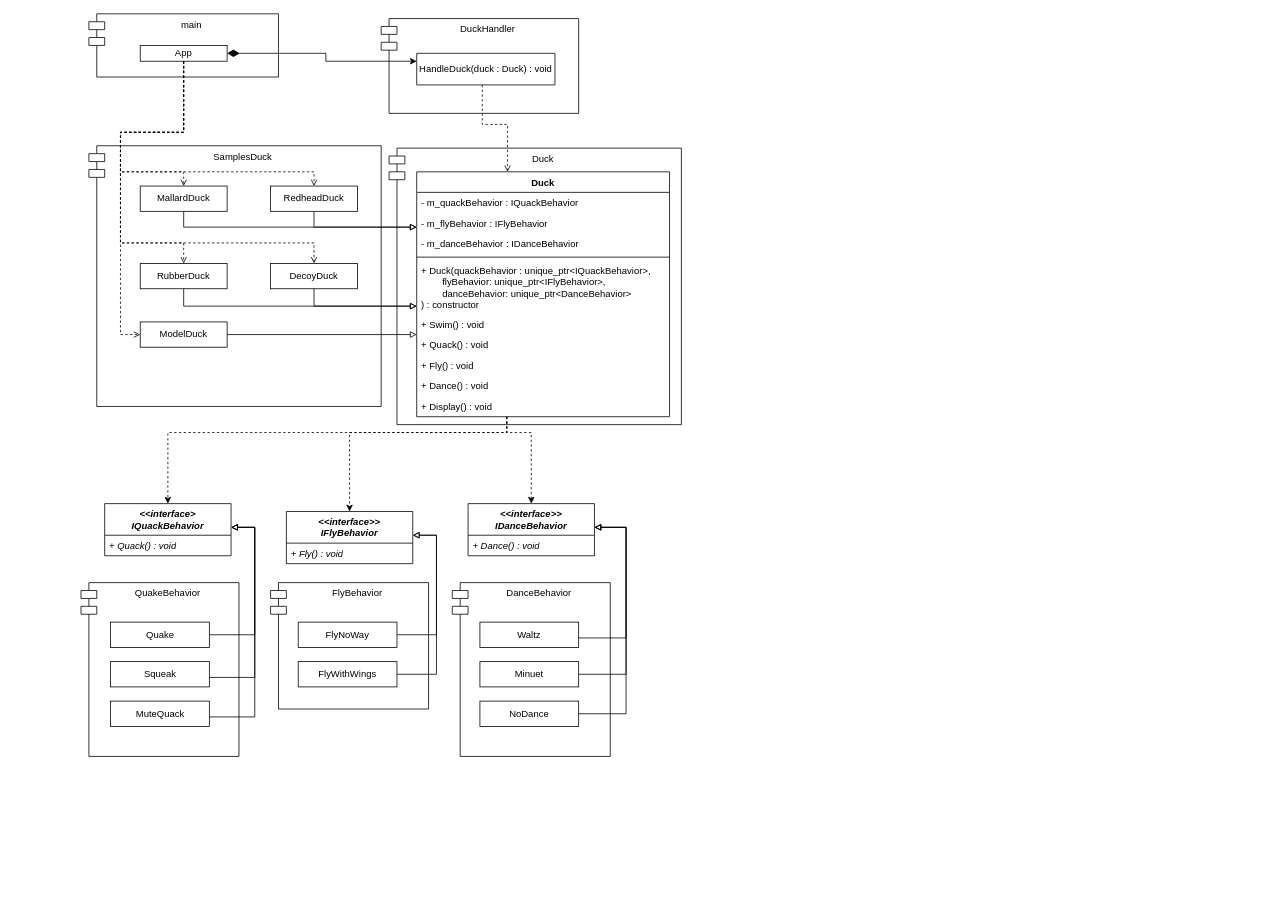
ProstP/OOD keeps this draw.io diagram as lw1/1/Ducks.drawio. Above is the earlier version. Source tidied: cells renumbered, new cells numbered last; positions are measured from the earlier drawing's top-left corner, leaving out a move shared by most shapes. Both pictures are drawn from the tidied source at 79%, with x=0, y=0 at pixel (81, 13).
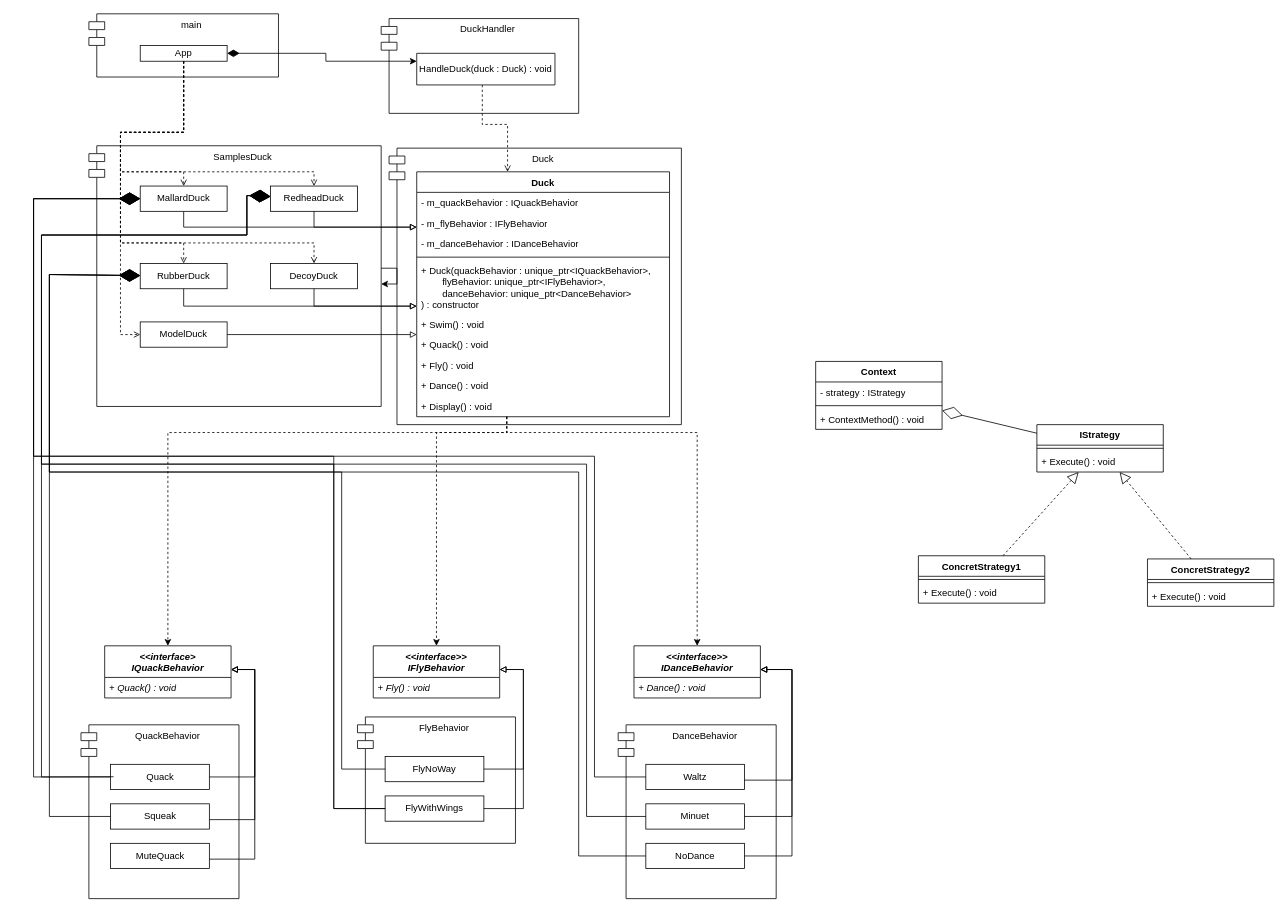
The same page after the edit.

Commit message:
Добавил парочку связей утка-поведение

Unchanged cells that the change refers to:
```xml
<mxCell id="2" value="SamplesDuck" style="shape=module;align=left;spacingLeft=20;align=center;verticalAlign=top;whiteSpace=wrap;html=1;" parent="1" vertex="1">
  <mxGeometry x="10" y="167" width="370" height="330" as="geometry" />
</mxCell>
<mxCell id="9" value="Duck" style="swimlane;fontStyle=1;align=center;verticalAlign=top;horizontal=1;startSize=26;whiteSpace=wrap;html=1;" parent="1" vertex="1">
  <mxGeometry x="425" y="200" width="320" height="310" as="geometry" />
</mxCell>
<mxCell id="31" value="MallardDuck" style="html=1;whiteSpace=wrap;" parent="1" vertex="1">
  <mxGeometry x="75" y="218" width="110" height="32" as="geometry" />
</mxCell>
<mxCell id="32" value="RedheadDuck" style="html=1;whiteSpace=wrap;" parent="1" vertex="1">
  <mxGeometry x="240" y="218" width="110" height="32" as="geometry" />
</mxCell>
<mxCell id="33" value="RubberDuck" style="html=1;whiteSpace=wrap;" parent="1" vertex="1">
  <mxGeometry x="75" y="316" width="110" height="32" as="geometry" />
</mxCell>
```

Change to the diagram source:
```diff
@@
     <mxCell id="20" value="&lt;div&gt;&lt;i&gt;&amp;lt;&amp;lt;interface&amp;gt;&lt;/i&gt;&lt;/div&gt;&lt;i&gt;IQuackBehavior&lt;/i&gt;" style="swimlane;fontStyle=1;align=center;verticalAlign=top;horizontal=1;startSize=40;whiteSpace=wrap;html=1;" parent="1" vertex="1">
-      <mxGeometry x="30" y="620" width="160" height="66" as="geometry" />
+      <mxGeometry x="30" y="800" width="160" height="66" as="geometry" />
     </mxCell>
@@
     <mxCell id="22" value="&lt;div&gt;&lt;i&gt;&amp;lt;&amp;lt;interface&amp;gt;&amp;gt;&lt;/i&gt;&lt;/div&gt;&lt;i&gt;IFlyBehavior&lt;/i&gt;" style="swimlane;fontStyle=1;align=center;verticalAlign=top;horizontal=1;startSize=40;whiteSpace=wrap;html=1;" parent="1" vertex="1">
-      <mxGeometry x="260" y="630" width="160" height="66" as="geometry" />
+      <mxGeometry x="370" y="800" width="160" height="66" as="geometry" />
     </mxCell>
@@
     <mxCell id="24" value="&lt;div&gt;&lt;i&gt;&amp;lt;&amp;lt;interface&amp;gt;&amp;gt;&lt;/i&gt;&lt;/div&gt;&lt;i&gt;IDance&lt;/i&gt;&lt;i&gt;Behavior&lt;/i&gt;" style="swimlane;fontStyle=1;align=center;verticalAlign=top;horizontal=1;startSize=40;whiteSpace=wrap;html=1;" parent="1" vertex="1">
-      <mxGeometry x="490" y="620" width="160" height="66" as="geometry" />
+      <mxGeometry x="700" y="800" width="160" height="66" as="geometry" />
     </mxCell>
@@
     <mxCell id="28" style="edgeStyle=orthogonalEdgeStyle;rounded=0;jettySize=auto;html=1;entryX=0.5;entryY=0;entryDx=0;entryDy=0;dashed=1;" parent="1" edge="1" source="9" target="24">
       <mxGeometry relative="1" as="geometry">
         <Array as="points">
           <mxPoint x="539" y="530" />
-          <mxPoint x="570" y="530" />
+          <mxPoint x="780" y="530" />
         </Array>
       </mxGeometry>
     </mxCell>
     <mxCell id="29" style="edgeStyle=orthogonalEdgeStyle;rounded=0;jettySize=auto;html=1;entryX=0.5;entryY=0;entryDx=0;entryDy=0;dashed=1;" parent="1" edge="1" source="9" target="22">
       <mxGeometry relative="1" as="geometry">
         <Array as="points">
           <mxPoint x="539" y="530" />
-          <mxPoint x="340" y="530" />
+          <mxPoint x="450" y="530" />
         </Array>
       </mxGeometry>
     </mxCell>
@@
-    <mxCell id="45" value="QuakeBehavior" style="shape=module;align=left;spacingLeft=20;align=center;verticalAlign=top;whiteSpace=wrap;html=1;" parent="1" vertex="1">
-      <mxGeometry y="720" width="200" height="220" as="geometry" />
+    <mxCell id="45" value="QuaсkBehavior" style="shape=module;align=left;spacingLeft=20;align=center;verticalAlign=top;whiteSpace=wrap;html=1;" parent="1" vertex="1">
+      <mxGeometry y="900" width="200" height="220" as="geometry" />
     </mxCell>
-    <mxCell id="46" value="Quake" style="html=1;whiteSpace=wrap;" parent="1" vertex="1">
-      <mxGeometry x="37.5" y="770" width="125" height="32" as="geometry" />
+    <mxCell id="46" value="Quaсk" style="html=1;whiteSpace=wrap;" parent="1" vertex="1">
+      <mxGeometry x="37.5" y="950" width="125" height="32" as="geometry" />
     </mxCell>
     <mxCell id="47" value="Squeak" style="html=1;whiteSpace=wrap;" parent="1" vertex="1">
-      <mxGeometry x="37.5" y="820" width="125" height="32" as="geometry" />
+      <mxGeometry x="37.5" y="1000" width="125" height="32" as="geometry" />
     </mxCell>
     <mxCell id="48" value="MuteQuack" style="html=1;whiteSpace=wrap;" parent="1" vertex="1">
-      <mxGeometry x="37.5" y="870" width="125" height="32" as="geometry" />
+      <mxGeometry x="37.5" y="1050" width="125" height="32" as="geometry" />
     </mxCell>
     <mxCell id="49" value="FlyBehavior" style="shape=module;align=left;spacingLeft=20;align=center;verticalAlign=top;whiteSpace=wrap;html=1;" parent="1" vertex="1">
-      <mxGeometry x="240" y="720" width="200" height="160" as="geometry" />
+      <mxGeometry x="350" y="890" width="200" height="160" as="geometry" />
     </mxCell>
     <mxCell id="50" value="FlyNoWay" style="html=1;whiteSpace=wrap;" parent="1" vertex="1">
-      <mxGeometry x="275" y="770" width="125" height="32" as="geometry" />
+      <mxGeometry x="385" y="940" width="125" height="32" as="geometry" />
     </mxCell>
     <mxCell id="51" value="FlyWithWings" style="html=1;whiteSpace=wrap;" parent="1" vertex="1">
-      <mxGeometry x="275" y="820" width="125" height="32" as="geometry" />
+      <mxGeometry x="385" y="990" width="125" height="32" as="geometry" />
     </mxCell>
     <mxCell id="52" value="DanceBehavior" style="shape=module;align=left;spacingLeft=20;align=center;verticalAlign=top;whiteSpace=wrap;html=1;" parent="1" vertex="1">
-      <mxGeometry x="470" y="720" width="200" height="220" as="geometry" />
+      <mxGeometry x="680" y="900" width="200" height="220" as="geometry" />
     </mxCell>
     <mxCell id="53" value="Waltz" style="html=1;whiteSpace=wrap;" parent="1" vertex="1">
-      <mxGeometry x="505" y="770" width="125" height="32" as="geometry" />
+      <mxGeometry x="715" y="950" width="125" height="32" as="geometry" />
     </mxCell>
     <mxCell id="54" value="Minuet" style="html=1;whiteSpace=wrap;" parent="1" vertex="1">
-      <mxGeometry x="505" y="820" width="125" height="32" as="geometry" />
+      <mxGeometry x="715" y="1000" width="125" height="32" as="geometry" />
     </mxCell>
     <mxCell id="55" value="NoDance" style="html=1;whiteSpace=wrap;" parent="1" vertex="1">
-      <mxGeometry x="505" y="870" width="125" height="32" as="geometry" />
+      <mxGeometry x="715" y="1050" width="125" height="32" as="geometry" />
     </mxCell>
     <mxCell id="56" style="edgeStyle=orthogonalEdgeStyle;rounded=0;jettySize=auto;html=1;endArrow=block;endFill=0;" parent="1" edge="1" source="46" target="20">
       <mxGeometry relative="1" as="geometry">
         <Array as="points">
-          <mxPoint x="220" y="786" />
-          <mxPoint x="220" y="650" />
+          <mxPoint x="220" y="966" />
+          <mxPoint x="220" y="830" />
         </Array>
       </mxGeometry>
     </mxCell>
     <mxCell id="57" style="edgeStyle=orthogonalEdgeStyle;rounded=0;jettySize=auto;html=1;endArrow=block;endFill=0;" parent="1" edge="1" source="47" target="20">
       <mxGeometry relative="1" as="geometry">
         <Array as="points">
-          <mxPoint x="220" y="840" />
-          <mxPoint x="220" y="650" />
+          <mxPoint x="220" y="1020" />
+          <mxPoint x="220" y="830" />
         </Array>
       </mxGeometry>
     </mxCell>
     <mxCell id="58" style="edgeStyle=orthogonalEdgeStyle;rounded=0;jettySize=auto;html=1;endArrow=block;endFill=0;" parent="1" edge="1" source="48" target="20">
       <mxGeometry relative="1" as="geometry">
         <Array as="points">
-          <mxPoint x="220" y="890" />
-          <mxPoint x="220" y="650" />
+          <mxPoint x="220" y="1070" />
+          <mxPoint x="220" y="830" />
         </Array>
       </mxGeometry>
     </mxCell>
     <mxCell id="59" style="edgeStyle=orthogonalEdgeStyle;rounded=0;jettySize=auto;html=1;endArrow=block;endFill=0;" parent="1" edge="1" source="50" target="22">
       <mxGeometry relative="1" as="geometry">
         <Array as="points">
-          <mxPoint x="450" y="786" />
-          <mxPoint x="450" y="660" />
+          <mxPoint x="560" y="956" />
+          <mxPoint x="560" y="830" />
         </Array>
       </mxGeometry>
     </mxCell>
     <mxCell id="60" style="edgeStyle=orthogonalEdgeStyle;rounded=0;jettySize=auto;html=1;endArrow=block;endFill=0;" parent="1" edge="1" source="51" target="22">
       <mxGeometry relative="1" as="geometry">
         <Array as="points">
-          <mxPoint x="450" y="836" />
-          <mxPoint x="450" y="660" />
+          <mxPoint x="560" y="1006" />
+          <mxPoint x="560" y="830" />
         </Array>
       </mxGeometry>
     </mxCell>
     <mxCell id="61" style="edgeStyle=orthogonalEdgeStyle;rounded=0;jettySize=auto;html=1;endArrow=block;endFill=0;" parent="1" edge="1" source="53" target="24">
       <mxGeometry relative="1" as="geometry">
         <Array as="points">
-          <mxPoint x="690" y="790" />
-          <mxPoint x="690" y="650" />
+          <mxPoint x="900" y="970" />
+          <mxPoint x="900" y="830" />
         </Array>
       </mxGeometry>
     </mxCell>
     <mxCell id="62" style="edgeStyle=orthogonalEdgeStyle;rounded=0;jettySize=auto;html=1;endArrow=block;endFill=0;" parent="1" edge="1" source="54" target="24">
       <mxGeometry relative="1" as="geometry">
         <Array as="points">
-          <mxPoint x="690" y="836" />
-          <mxPoint x="690" y="650" />
+          <mxPoint x="900" y="1016" />
+          <mxPoint x="900" y="830" />
         </Array>
       </mxGeometry>
     </mxCell>
     <mxCell id="63" style="edgeStyle=orthogonalEdgeStyle;rounded=0;jettySize=auto;html=1;endArrow=block;endFill=0;" parent="1" edge="1" source="55" target="24">
       <mxGeometry relative="1" as="geometry">
         <Array as="points">
-          <mxPoint x="690" y="886" />
-          <mxPoint x="690" y="650" />
+          <mxPoint x="900" y="1066" />
+          <mxPoint x="900" y="830" />
         </Array>
       </mxGeometry>
     </mxCell>
+    <mxCell id="64" value="IStrategy" style="swimlane;fontStyle=1;align=center;verticalAlign=top;horizontal=1;startSize=26;whiteSpace=wrap;html=1;" parent="1" vertex="1">
+      <mxGeometry x="1210" y="520" width="160" height="60" as="geometry" />
+    </mxCell>
+    <mxCell id="65" style="line;strokeWidth=1;fillColor=none;align=left;verticalAlign=middle;spacingTop=-1;spacingLeft=3;spacingRight=3;labelPosition=right;strokeColor=inherit;" parent="64" vertex="1">
+      <mxGeometry y="26" width="160" height="8" as="geometry" />
+    </mxCell>
+    <mxCell id="66" value="+ Execute() : void" style="text;strokeColor=none;fillColor=none;align=left;verticalAlign=top;spacingLeft=4;spacingRight=4;overflow=hidden;whiteSpace=wrap;html=1;" parent="64" vertex="1">
+      <mxGeometry y="34" width="160" height="26" as="geometry" />
+    </mxCell>
+    <mxCell id="67" value="ConcretStrategy1" style="swimlane;fontStyle=1;align=center;verticalAlign=top;horizontal=1;startSize=26;whiteSpace=wrap;html=1;" parent="1" vertex="1">
+      <mxGeometry x="1060" y="686" width="160" height="60" as="geometry" />
+    </mxCell>
+    <mxCell id="68" style="line;strokeWidth=1;fillColor=none;align=left;verticalAlign=middle;spacingTop=-1;spacingLeft=3;spacingRight=3;labelPosition=right;strokeColor=inherit;" parent="67" vertex="1">
+      <mxGeometry y="26" width="160" height="8" as="geometry" />
+    </mxCell>
+    <mxCell id="69" value="+ Execute() : void" style="text;strokeColor=none;fillColor=none;align=left;verticalAlign=top;spacingLeft=4;spacingRight=4;overflow=hidden;whiteSpace=wrap;html=1;" parent="67" vertex="1">
+      <mxGeometry y="34" width="160" height="26" as="geometry" />
+    </mxCell>
+    <mxCell id="70" value="ConcretStrategy2" style="swimlane;fontStyle=1;align=center;verticalAlign=top;horizontal=1;startSize=26;whiteSpace=wrap;html=1;" parent="1" vertex="1">
+      <mxGeometry x="1350" y="690" width="160" height="60" as="geometry" />
+    </mxCell>
+    <mxCell id="71" style="line;strokeWidth=1;fillColor=none;align=left;verticalAlign=middle;spacingTop=-1;spacingLeft=3;spacingRight=3;labelPosition=right;strokeColor=inherit;" parent="70" vertex="1">
+      <mxGeometry y="26" width="160" height="8" as="geometry" />
+    </mxCell>
+    <mxCell id="72" value="+ Execute() : void" style="text;strokeColor=none;fillColor=none;align=left;verticalAlign=top;spacingLeft=4;spacingRight=4;overflow=hidden;whiteSpace=wrap;html=1;" parent="70" vertex="1">
+      <mxGeometry y="34" width="160" height="26" as="geometry" />
+    </mxCell>
+    <mxCell id="73" style="endArrow=block;dashed=1;endFill=0;endSize=12;html=1;rounded=0;" parent="1" edge="1" source="67" target="64">
+      <mxGeometry relative="1" as="geometry" />
+    </mxCell>
+    <mxCell id="74" style="endArrow=block;dashed=1;endFill=0;endSize=12;html=1;rounded=0;" parent="1" edge="1" source="70" target="64">
+      <mxGeometry relative="1" as="geometry" />
+    </mxCell>
+    <mxCell id="75" value="Context" style="swimlane;fontStyle=1;align=center;verticalAlign=top;horizontal=1;startSize=26;whiteSpace=wrap;html=1;" parent="1" vertex="1">
+      <mxGeometry x="930" y="440" width="160" height="86" as="geometry" />
+    </mxCell>
+    <mxCell id="76" value="- strategy : IStrategy" style="text;strokeColor=none;fillColor=none;align=left;verticalAlign=top;spacingLeft=4;spacingRight=4;overflow=hidden;whiteSpace=wrap;html=1;" parent="75" vertex="1">
+      <mxGeometry y="26" width="160" height="26" as="geometry" />
+    </mxCell>
+    <mxCell id="77" style="line;strokeWidth=1;fillColor=none;align=left;verticalAlign=middle;spacingTop=-1;spacingLeft=3;spacingRight=3;labelPosition=right;strokeColor=inherit;" parent="75" vertex="1">
+      <mxGeometry y="52" width="160" height="8" as="geometry" />
+    </mxCell>
+    <mxCell id="78" value="+ ContextMethod() : void" style="text;strokeColor=none;fillColor=none;align=left;verticalAlign=top;spacingLeft=4;spacingRight=4;overflow=hidden;whiteSpace=wrap;html=1;" parent="75" vertex="1">
+      <mxGeometry y="60" width="160" height="26" as="geometry" />
+    </mxCell>
+    <mxCell id="79" style="endArrow=diamondThin;endFill=0;endSize=24;html=1;rounded=0;" parent="1" edge="1" source="64" target="75">
+      <mxGeometry relative="1" as="geometry" />
+    </mxCell>
+    <mxCell id="80" style="endArrow=diamondThin;endFill=1;endSize=24;html=1;rounded=0;" parent="1" edge="1" source="46" target="31">
+      <mxGeometry relative="1" as="geometry">
+        <Array as="points">
+          <mxPoint x="-60" y="966" />
+          <mxPoint x="-60" y="234" />
+        </Array>
+      </mxGeometry>
+    </mxCell>
+    <mxCell id="81" style="edgeStyle=orthogonalEdgeStyle;rounded=0;orthogonalLoop=1;jettySize=auto;html=1;" parent="1" edge="1" source="2" target="2">
+      <mxGeometry relative="1" as="geometry" />
+    </mxCell>
+    <mxCell id="82" style="endArrow=diamondThin;endFill=1;endSize=24;html=1;rounded=0;" parent="1" edge="1" source="51" target="31">
+      <mxGeometry relative="1" as="geometry">
+        <Array as="points">
+          <mxPoint x="320" y="1006" />
+          <mxPoint x="320" y="560" />
+          <mxPoint x="-60" y="560" />
+          <mxPoint x="-60" y="234" />
+        </Array>
+      </mxGeometry>
+    </mxCell>
+    <mxCell id="83" style="endArrow=diamondThin;endFill=1;endSize=24;html=1;rounded=0;entryX=0;entryY=0.5;entryDx=0;entryDy=0;" parent="1" edge="1" source="53" target="31">
+      <mxGeometry relative="1" as="geometry">
+        <Array as="points">
+          <mxPoint x="650" y="966" />
+          <mxPoint x="650" y="560" />
+          <mxPoint x="-60" y="560" />
+          <mxPoint x="-60" y="234" />
+        </Array>
+      </mxGeometry>
+    </mxCell>
+    <mxCell id="84" style="endArrow=diamondThin;endFill=1;endSize=24;html=1;rounded=0;exitX=0.03;exitY=0.491;exitDx=0;exitDy=0;exitPerimeter=0;" parent="1" edge="1" source="46" target="32">
+      <mxGeometry relative="1" as="geometry">
+        <Array as="points">
+          <mxPoint x="-50" y="966" />
+          <mxPoint x="-50" y="280" />
+          <mxPoint x="210" y="280" />
+          <mxPoint x="210" y="230" />
+        </Array>
+      </mxGeometry>
+    </mxCell>
+    <mxCell id="85" style="endArrow=diamondThin;endFill=1;endSize=24;html=1;rounded=0;" parent="1" edge="1" source="51" target="32">
+      <mxGeometry relative="1" as="geometry">
+        <Array as="points">
+          <mxPoint x="320" y="1006" />
+          <mxPoint x="320" y="570" />
+          <mxPoint x="-50" y="570" />
+          <mxPoint x="-50" y="280" />
+          <mxPoint x="210" y="280" />
+          <mxPoint x="210" y="230" />
+        </Array>
+      </mxGeometry>
+    </mxCell>
+    <mxCell id="86" style="endArrow=diamondThin;endFill=1;endSize=24;html=1;rounded=0;" parent="1" edge="1" source="54">
+      <mxGeometry relative="1" as="geometry">
+        <mxPoint x="240" y="231" as="targetPoint" />
+        <Array as="points">
+          <mxPoint x="640" y="1016" />
+          <mxPoint x="640" y="570" />
+          <mxPoint x="-50" y="570" />
+          <mxPoint x="-50" y="280" />
+          <mxPoint x="210" y="280" />
+          <mxPoint x="210" y="230" />
+        </Array>
+      </mxGeometry>
+    </mxCell>
+    <mxCell id="87" style="endArrow=diamondThin;endFill=1;endSize=24;html=1;rounded=0;" parent="1" edge="1" source="55" target="33">
+      <mxGeometry relative="1" as="geometry">
+        <Array as="points">
+          <mxPoint x="630" y="1066" />
+          <mxPoint x="630" y="580" />
+          <mxPoint x="-40" y="580" />
+          <mxPoint x="-40" y="330" />
+        </Array>
+      </mxGeometry>
+    </mxCell>
+    <mxCell id="88" style="endArrow=diamondThin;endFill=1;endSize=24;html=1;rounded=0;" parent="1" edge="1" source="47" target="33">
+      <mxGeometry relative="1" as="geometry">
+        <Array as="points">
+          <mxPoint x="-40" y="1016" />
+          <mxPoint x="-40" y="330" />
+        </Array>
+      </mxGeometry>
+    </mxCell>
+    <mxCell id="89" style="endArrow=diamondThin;endFill=1;endSize=24;html=1;rounded=0;" parent="1" edge="1" source="50" target="33">
+      <mxGeometry relative="1" as="geometry">
+        <Array as="points">
+          <mxPoint x="330" y="956" />
+          <mxPoint x="330" y="580" />
+          <mxPoint x="-40" y="580" />
+          <mxPoint x="-40" y="330" />
+        </Array>
+      </mxGeometry>
+    </mxCell>
```
